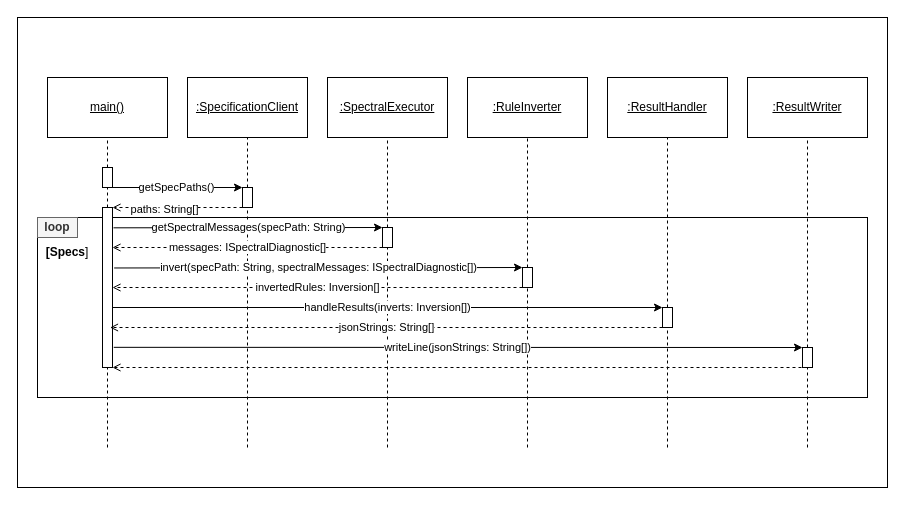
Before: requirements/diagram/runtimeview.drawio in paulbrenker/thesis, a draw.io diagram. Source tidied: cells renumbered, new cells numbered last; positions are measured from the earlier drawing's top-left corner, leaving out a move shared by most shapes. Both pictures are drawn from the tidied source at 100%, with x=0, y=0 at pixel (17, 17).
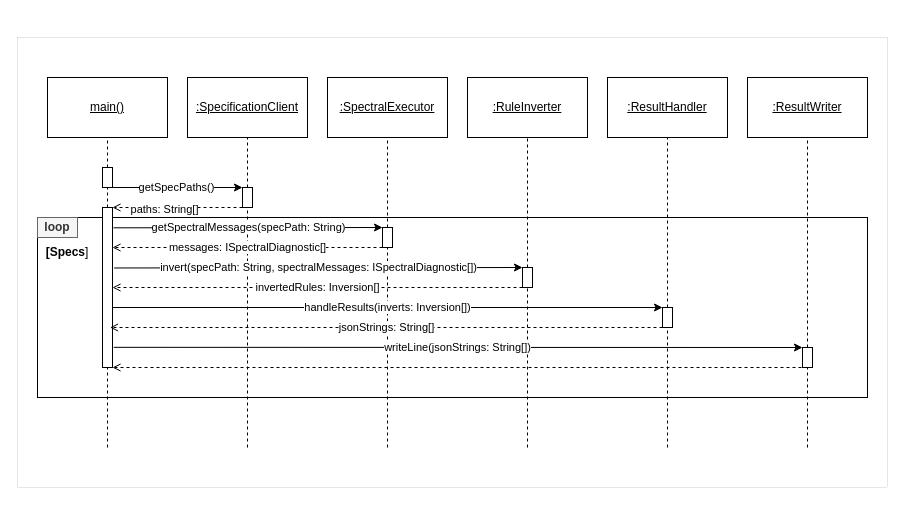
The same page after the edit.

The edit, as a diff of the source:
```diff
@@
-    <mxCell id="2" style="rounded=0;whiteSpace=wrap;html=1;" parent="1" vertex="1">
-      <mxGeometry width="870" height="470" as="geometry" />
+    <mxCell id="2" style="rounded=0;whiteSpace=wrap;html=1;strokeWidth=0;" parent="1" vertex="1">
+      <mxGeometry y="20" width="870" height="450" as="geometry" />
     </mxCell>
```
